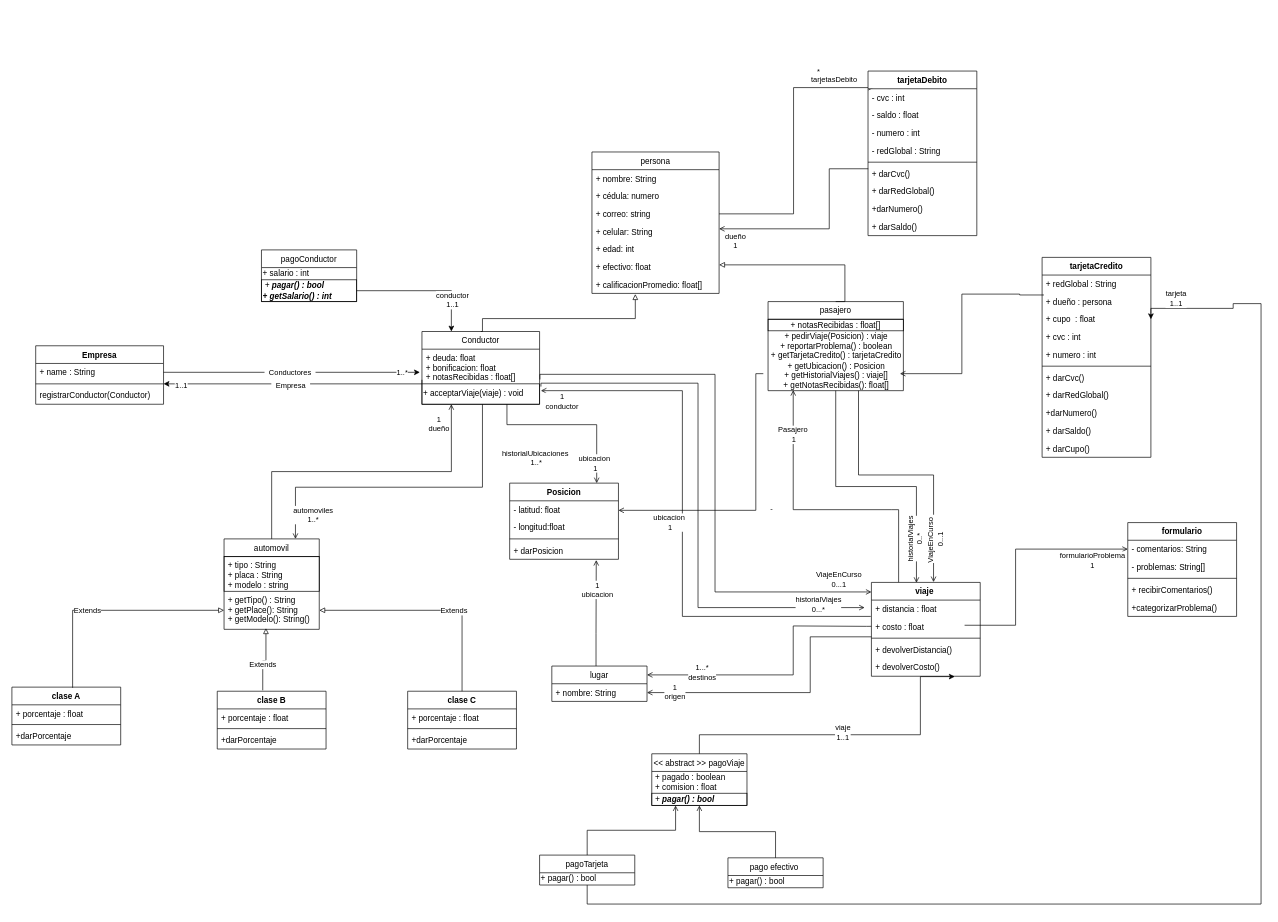
The draw.io diagram Untitled Diagram.drawio in DPOO2022-1-SEC04-G08/Taller2, before the edit. Source tidied: cells renumbered, new cells numbered last; positions are measured from the earlier drawing's top-left corner, leaving out a move shared by most shapes. Both pictures are drawn from the tidied source at 68%, with x=0, y=0 at pixel (12, 71).
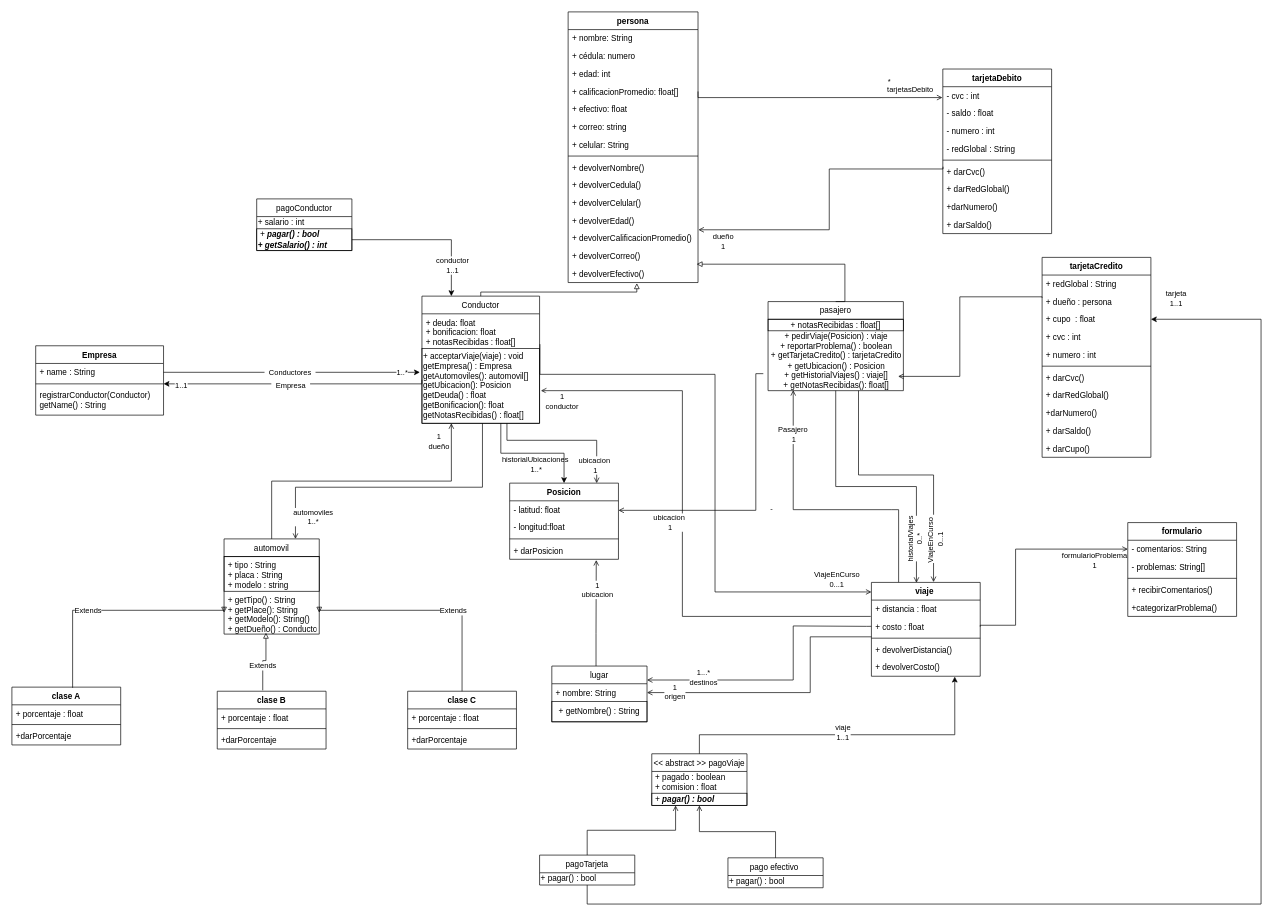
The same diagram, later.

The change refers to these unchanged cells:
```xml
<mxCell id="21" value="pasajero" style="swimlane;fontStyle=0;horizontal=1;startSize=26;fillColor=none;" parent="1" vertex="1">
  <mxGeometry x="1112" y="339" width="199" height="131" as="geometry" />
</mxCell>
<mxCell id="40" value="&lt;&lt; abstract &gt;&gt; pagoViaje" style="swimlane;fontStyle=0;horizontal=1;startSize=26;fillColor=none;" parent="1" vertex="1">
  <mxGeometry x="941" y="1004" width="140" height="76" as="geometry" />
</mxCell>
<mxCell id="67" value="pagoTarjeta" style="swimlane;fontStyle=0;horizontal=1;startSize=26;fillColor=none;" parent="1" vertex="1">
  <mxGeometry x="776" y="1153" width="140" height="44" as="geometry" />
</mxCell>
<mxCell id="95" value="Posicion" style="swimlane;fontStyle=1;align=center;verticalAlign=top;horizontal=1;startSize=26;" parent="1" vertex="1">
  <mxGeometry x="732" y="606" width="160" height="112" as="geometry" />
</mxCell>
<mxCell id="101" value="- cvc : int " style="text;strokeColor=none;fillColor=none;align=left;verticalAlign=top;spacingLeft=4;spacingRight=4;overflow=hidden;points=[[0,0.5],[1,0.5]];portConstraint=eastwest;" parent="100" vertex="1">
  <mxGeometry y="26" width="160" height="26" as="geometry" />
</mxCell>
<mxCell id="106" value="+ darCvc()" style="text;strokeColor=none;fillColor=none;align=left;verticalAlign=top;spacingLeft=4;spacingRight=4;overflow=hidden;points=[[0,0.5],[1,0.5]];portConstraint=eastwest;" parent="100" vertex="1">
  <mxGeometry y="138" width="160" height="26" as="geometry" />
</mxCell>
<mxCell id="113" value="+ cupo  : float " style="text;strokeColor=none;fillColor=none;align=left;verticalAlign=top;spacingLeft=4;spacingRight=4;overflow=hidden;points=[[0,0.5],[1,0.5]];portConstraint=eastwest;" parent="110" vertex="1">
  <mxGeometry y="78" width="160" height="26" as="geometry" />
</mxCell>
<mxCell id="142" value="+ costo : float&#10;" style="text;strokeColor=none;fillColor=none;align=left;verticalAlign=top;spacingLeft=4;spacingRight=4;overflow=hidden;points=[[0,0.5],[1,0.5]];portConstraint=eastwest;" parent="140" vertex="1">
  <mxGeometry y="52" width="160" height="26" as="geometry" />
</mxCell>
<mxCell id="145" value="+ devolverCosto()" style="text;strokeColor=none;fillColor=none;align=left;verticalAlign=top;spacingLeft=4;spacingRight=4;overflow=hidden;points=[[0,0.5],[1,0.5]];portConstraint=eastwest;" parent="140" vertex="1">
  <mxGeometry y="112" width="160" height="26" as="geometry" />
</mxCell>
```

What changed in the source:
```diff
@@
-    <mxCell id="6" value="persona" style="swimlane;fontStyle=0;horizontal=1;startSize=26;fillColor=none;" parent="1" vertex="1">
-      <mxGeometry x="853" y="119" width="187" height="208" as="geometry" />
-    </mxCell>
-    <mxCell id="7" value="+ nombre: String" style="text;strokeColor=none;fillColor=none;align=left;verticalAlign=top;spacingLeft=4;spacingRight=4;overflow=hidden;" parent="6" vertex="1">
-      <mxGeometry y="26" width="187" height="26" as="geometry" />
-    </mxCell>
-    <mxCell id="8" value="+ cédula: numero" style="text;strokeColor=none;fillColor=none;align=left;verticalAlign=top;spacingLeft=4;spacingRight=4;overflow=hidden;" parent="6" vertex="1">
-      <mxGeometry y="52" width="187" height="26" as="geometry" />
-    </mxCell>
-    <mxCell id="9" value="+ correo: string" style="text;strokeColor=none;fillColor=none;align=left;verticalAlign=top;spacingLeft=4;spacingRight=4;overflow=hidden;points=[[0,0.5],[1,0.5]];portConstraint=eastwest;" parent="6" vertex="1">
-      <mxGeometry y="78" width="187" height="26" as="geometry" />
-    </mxCell>
-    <mxCell id="10" value="+ celular: String&#10;" style="text;strokeColor=none;fillColor=none;align=left;verticalAlign=top;spacingLeft=4;spacingRight=4;overflow=hidden;" parent="6" vertex="1">
-      <mxGeometry y="104" width="187" height="26" as="geometry" />
-    </mxCell>
-    <mxCell id="11" value="+ edad: int" style="text;strokeColor=none;fillColor=none;align=left;verticalAlign=top;spacingLeft=4;spacingRight=4;overflow=hidden;" parent="6" vertex="1">
-      <mxGeometry y="130" width="187" height="26" as="geometry" />
-    </mxCell>
-    <mxCell id="12" value="+ efectivo: float" style="text;strokeColor=none;fillColor=none;align=left;verticalAlign=top;spacingLeft=4;spacingRight=4;overflow=hidden;points=[[0,0.5],[1,0.5]];portConstraint=eastwest;" parent="6" vertex="1">
-      <mxGeometry y="156" width="187" height="26" as="geometry" />
-    </mxCell>
-    <mxCell id="13" value="+ calificacionPromedio: float[]" style="text;strokeColor=none;fillColor=none;align=left;verticalAlign=top;spacingLeft=4;spacingRight=4;overflow=hidden;points=[[0,0.5],[1,0.5]];portConstraint=eastwest;" parent="6" vertex="1">
-      <mxGeometry y="182" width="187" height="26" as="geometry" />
-    </mxCell>
-    <mxCell id="14" style="edgeStyle=orthogonalEdgeStyle;rounded=0;jettySize=auto;html=1;exitX=0.5;exitY=0;exitDx=0;exitDy=0;endArrow=block;endFill=0;strokeWidth=1;" parent="1" edge="1" source="21" target="12">
+    <mxCell id="14" style="edgeStyle=orthogonalEdgeStyle;rounded=0;jettySize=auto;html=1;exitX=0.5;exitY=0;exitDx=0;exitDy=0;endArrow=block;endFill=0;strokeWidth=1;" parent="1" edge="1" source="21">
       <mxGeometry relative="1" as="geometry">
+        <mxPoint x="1007" y="284" as="targetPoint" />
         <Array as="points">
           <mxPoint x="1225" y="339" />
-          <mxPoint x="1225" y="285" />
+          <mxPoint x="1225" y="284" />
         </Array>
       </mxGeometry>
     </mxCell>
@@
     <mxCell id="24" style="edgeStyle=orthogonalEdgeStyle;rounded=0;orthogonalLoop=1;jettySize=auto;html=1;endArrow=open;endFill=0;" parent="1" edge="1">
       <mxGeometry relative="1" as="geometry">
-        <mxPoint x="1517.7" y="329.3" as="sourcePoint" />
-        <mxPoint x="1306" y="445" as="targetPoint" />
+        <mxPoint x="1515" y="333.3" as="sourcePoint" />
+        <mxPoint x="1303.3" y="449" as="targetPoint" />
         <Array as="points">
-          <mxPoint x="1482" y="329" />
-          <mxPoint x="1482" y="328" />
-          <mxPoint x="1397" y="328" />
-          <mxPoint x="1397" y="445" />
+          <mxPoint x="1515" y="332" />
+          <mxPoint x="1394" y="332" />
+          <mxPoint x="1394" y="449" />
         </Array>
       </mxGeometry>
     </mxCell>
-    <mxCell id="25" style="edgeStyle=orthogonalEdgeStyle;rounded=0;jettySize=auto;html=1;exitX=0.5;exitY=0;exitDx=0;exitDy=0;entryX=0.341;entryY=1.038;entryDx=0;entryDy=0;entryPerimeter=0;endArrow=block;endFill=0;strokeWidth=1;" parent="1" edge="1" source="32" target="13">
+    <mxCell id="25" style="edgeStyle=orthogonalEdgeStyle;rounded=0;jettySize=auto;html=1;exitX=0.5;exitY=0;exitDx=0;exitDy=0;entryX=0.529;entryY=1.038;entryDx=0;entryDy=0;entryPerimeter=0;endArrow=block;endFill=0;strokeWidth=1;" parent="1" edge="1" source="32" target="158">
       <mxGeometry relative="1" as="geometry">
         <Array as="points">
-          <mxPoint x="692" y="364" />
-          <mxPoint x="917" y="364" />
+          <mxPoint x="690" y="325" />
+          <mxPoint x="919" y="325" />
         </Array>
       </mxGeometry>
     </mxCell>
@@
     <mxCell id="30" style="edgeStyle=orthogonalEdgeStyle;rounded=0;jettySize=auto;html=1;endArrow=open;endFill=0;" parent="1" edge="1" source="32" target="95">
       <mxGeometry relative="1" as="geometry">
         <Array as="points">
-          <mxPoint x="728" y="520" />
-          <mxPoint x="860" y="520" />
+          <mxPoint x="728" y="543" />
+          <mxPoint x="860" y="543" />
         </Array>
       </mxGeometry>
     </mxCell>
@@
     <mxCell id="32" value="Conductor" style="swimlane;fontStyle=0;horizontal=1;startSize=26;fillColor=none;" parent="1" vertex="1">
-      <mxGeometry x="603" y="383" width="173" height="107" as="geometry" />
+      <mxGeometry x="603" y="331" width="173" height="187" as="geometry" />
     </mxCell>
@@
-    <mxCell id="34" value="+ acceptarViaje(viaje) : void&lt;br&gt;" style="text;html=1;strokeColor=default;fillColor=none;align=left;verticalAlign=middle;whiteSpace=wrap;rounded=0;" parent="32" vertex="1">
-      <mxGeometry y="77" width="173" height="30" as="geometry" />
+    <mxCell id="34" value="+ acceptarViaje(viaje) : void&lt;br&gt;getEmpresa() : Empresa&lt;br&gt;getAutomoviles(): automovil[]&lt;br&gt;getUbicacion(): Posicion&lt;br&gt;getDeuda() : float&lt;br&gt;getBonificacion(): float&lt;br&gt;getNotasRecibidas() : float[]" style="text;html=1;strokeColor=default;fillColor=none;align=left;verticalAlign=middle;whiteSpace=wrap;rounded=0;" parent="32" vertex="1">
+      <mxGeometry y="77" width="173" height="110" as="geometry" />
     </mxCell>
@@
     <mxCell id="37" value="lugar" style="swimlane;fontStyle=0;horizontal=1;startSize=26;fillColor=none;" parent="1" vertex="1">
-      <mxGeometry x="794" y="875" width="140" height="52" as="geometry" />
+      <mxGeometry x="794" y="875" width="140" height="82" as="geometry" />
     </mxCell>
@@
+    <mxCell id="150" value="+ getNombre() : String" style="text;html=1;strokeColor=default;fillColor=none;align=center;verticalAlign=middle;whiteSpace=wrap;rounded=0;" parent="37" vertex="1">
+      <mxGeometry y="52" width="140" height="30" as="geometry" />
+    </mxCell>
     <mxCell id="39" style="edgeStyle=orthogonalEdgeStyle;rounded=0;jettySize=auto;html=1;exitX=0.5;exitY=0;exitDx=0;exitDy=0;entryX=0.766;entryY=1.02;entryDx=0;entryDy=0;entryPerimeter=0;" parent="1" edge="1" source="40" target="145">
       <mxGeometry relative="1" as="geometry">
         <Array as="points">
           <mxPoint x="1011" y="976" />
-          <mxPoint x="1336" y="976" />
+          <mxPoint x="1387" y="976" />
         </Array>
       </mxGeometry>
     </mxCell>
@@
     <mxCell id="45" value="automovil" style="swimlane;fontStyle=0;horizontal=1;startSize=26;fillColor=none;" parent="1" vertex="1">
-      <mxGeometry x="312" y="688" width="140" height="133" as="geometry" />
+      <mxGeometry x="312" y="688" width="140" height="140" as="geometry" />
     </mxCell>
@@
-    <mxCell id="47" value="+ getTipo() : String&#10;+ getPlace(): String&#10;+ getModelo(): String()" style="text;strokeColor=none;fillColor=none;align=left;verticalAlign=top;spacingLeft=4;spacingRight=4;overflow=hidden;points=[[0,0.5],[1,0.5]];portConstraint=eastwest;" parent="45" vertex="1">
-      <mxGeometry y="77" width="140" height="56" as="geometry" />
+    <mxCell id="47" value="+ getTipo() : String&#10;+ getPlace(): String&#10;+ getModelo(): String()&#10;+ getDueño() : Conductor" style="text;strokeColor=none;fillColor=none;align=left;verticalAlign=top;spacingLeft=4;spacingRight=4;overflow=hidden;points=[[0,0.5],[1,0.5]];portConstraint=eastwest;" parent="45" vertex="1">
+      <mxGeometry y="77" width="140" height="63" as="geometry" />
     </mxCell>
@@
-    <mxCell id="55" style="edgeStyle=orthogonalEdgeStyle;rounded=0;jettySize=auto;html=1;exitX=1;exitY=0.5;exitDx=0;exitDy=0;entryX=0.054;entryY=-0.064;entryDx=0;entryDy=0;endArrow=open;endFill=0;entryPerimeter=0;" parent="1" edge="1" source="9" target="101">
-      <mxGeometry relative="1" as="geometry" />
+    <mxCell id="55" style="edgeStyle=orthogonalEdgeStyle;rounded=0;jettySize=auto;html=1;exitX=1;exitY=0.5;exitDx=0;exitDy=0;endArrow=open;endFill=0;entryX=-0.004;entryY=0.615;entryDx=0;entryDy=0;entryPerimeter=0;" parent="1" edge="1" source="13" target="101">
+      <mxGeometry relative="1" as="geometry">
+        <Array as="points">
+          <mxPoint x="1009" y="39" />
+        </Array>
+      </mxGeometry>
     </mxCell>
@@
-    <mxCell id="58" style="edgeStyle=orthogonalEdgeStyle;rounded=0;jettySize=auto;html=1;exitX=0.002;exitY=0.218;exitDx=0;exitDy=0;endArrow=open;endFill=0;exitPerimeter=0;" parent="1" edge="1" source="106">
+    <mxCell id="58" style="edgeStyle=orthogonalEdgeStyle;rounded=0;jettySize=auto;html=1;exitX=0.002;exitY=0.218;exitDx=0;exitDy=0;endArrow=open;endFill=0;exitPerimeter=0;entryX=1.003;entryY=0.016;entryDx=0;entryDy=0;entryPerimeter=0;" parent="1" edge="1" source="106" target="156">
       <mxGeometry relative="1" as="geometry">
-        <mxPoint x="1040" y="232" as="targetPoint" />
         <Array as="points">
           <mxPoint x="1202" y="144" />
-          <mxPoint x="1202" y="232" />
+          <mxPoint x="1202" y="233" />
         </Array>
       </mxGeometry>
     </mxCell>
@@
-    <mxCell id="62" style="edgeStyle=orthogonalEdgeStyle;rounded=0;jettySize=auto;html=1;endArrow=open;endFill=0;entryX=1;entryY=0.75;entryDx=0;entryDy=0;" parent="1" edge="1" target="37">
+    <mxCell id="62" style="edgeStyle=orthogonalEdgeStyle;rounded=0;orthogonalLoop=1;jettySize=auto;html=1;endArrow=open;endFill=0;" parent="1" edge="1">
       <mxGeometry relative="1" as="geometry">
         <mxPoint x="1264" y="832" as="sourcePoint" />
+        <mxPoint x="934" y="914" as="targetPoint" />
         <Array as="points">
           <mxPoint x="1174" y="832" />
           <mxPoint x="1174" y="914" />
         </Array>
       </mxGeometry>
     </mxCell>
@@
     <mxCell id="66" style="edgeStyle=orthogonalEdgeStyle;rounded=0;jettySize=auto;html=1;exitX=0.5;exitY=1;exitDx=0;exitDy=0;entryX=1;entryY=0.5;entryDx=0;entryDy=0;" parent="1" edge="1" source="67" target="113">
       <mxGeometry relative="1" as="geometry">
         <Array as="points">
           <mxPoint x="846" y="1225" />
           <mxPoint x="1837" y="1225" />
-          <mxPoint x="1837" y="342" />
-          <mxPoint x="1796" y="342" />
-          <mxPoint x="1796" y="349" />
-          <mxPoint x="1675" y="349" />
+          <mxPoint x="1837" y="365" />
         </Array>
       </mxGeometry>
     </mxCell>
@@
-    <mxCell id="72" style="edgeStyle=orthogonalEdgeStyle;rounded=0;orthogonalLoop=1;jettySize=auto;html=1;exitX=1.004;exitY=0.177;exitDx=0;exitDy=0;endArrow=open;endFill=0;entryX=0;entryY=0.5;entryDx=0;entryDy=0;exitPerimeter=0;" parent="1" edge="1">
+    <mxCell id="72" style="edgeStyle=orthogonalEdgeStyle;rounded=0;jettySize=auto;html=1;exitX=1;exitY=0.5;exitDx=0;exitDy=0;endArrow=open;endFill=0;entryX=0;entryY=0.5;entryDx=0;entryDy=0;" parent="1" edge="1" source="142">
       <mxGeometry relative="1" as="geometry">
-        <mxPoint x="1401" y="815" as="sourcePoint" />
         <mxPoint x="1641" y="703" as="targetPoint" />
         <Array as="points">
+          <mxPoint x="1424" y="815" />
           <mxPoint x="1476" y="815" />
           <mxPoint x="1476" y="703" />
         </Array>
       </mxGeometry>
     </mxCell>
@@
-    <mxCell id="74" style="edgeStyle=orthogonalEdgeStyle;rounded=0;orthogonalLoop=1;jettySize=auto;html=1;entryX=0.002;entryY=0.504;entryDx=0;entryDy=0;endArrow=open;endFill=0;entryPerimeter=0;" parent="1" edge="1">
+    <mxCell id="74" style="edgeStyle=orthogonalEdgeStyle;rounded=0;orthogonalLoop=1;jettySize=auto;html=1;entryX=0;entryY=0.5;entryDx=0;entryDy=0;endArrow=open;endFill=0;" parent="1" edge="1">
       <mxGeometry relative="1" as="geometry">
         <mxPoint x="778" y="464" as="sourcePoint" />
-        <mxPoint x="1254" y="789" as="targetPoint" />
         <Array as="points">
           <mxPoint x="778" y="459" />
           <mxPoint x="1009" y="459" />
           <mxPoint x="1009" y="789" />
         </Array>
       </mxGeometry>
     </mxCell>
@@
     <mxCell id="79" value="Empresa" style="swimlane;fontStyle=1;align=center;verticalAlign=top;horizontal=1;startSize=26;" parent="1" vertex="1">
-      <mxGeometry x="35" y="404" width="188" height="86" as="geometry" />
+      <mxGeometry x="35" y="404" width="188" height="102" as="geometry" />
     </mxCell>
@@
-    <mxCell id="82" value="registrarConductor(Conductor)" style="text;strokeColor=none;fillColor=none;align=left;verticalAlign=top;spacingLeft=4;spacingRight=4;overflow=hidden;" parent="79" vertex="1">
-      <mxGeometry y="60" width="188" height="26" as="geometry" />
+    <mxCell id="82" value="registrarConductor(Conductor)&#10;getName() : String" style="text;strokeColor=none;fillColor=none;align=left;verticalAlign=top;spacingLeft=4;spacingRight=4;overflow=hidden;" parent="79" vertex="1">
+      <mxGeometry y="60" width="188" height="42" as="geometry" />
     </mxCell>
@@
     <mxCell id="88" value="pagoConductor" style="swimlane;fontStyle=0;horizontal=1;startSize=26;fillColor=none;" parent="1" vertex="1">
-      <mxGeometry x="367" y="263" width="140" height="76" as="geometry" />
+      <mxGeometry x="360" y="188" width="140" height="76" as="geometry" />
     </mxCell>
@@
     <mxCell id="92" value="conductor&lt;br&gt;1..1" style="edgeLabel;html=1;align=center;verticalAlign=middle;" parent="1" vertex="1">
-      <mxGeometry x="860" y="517" as="geometry">
+      <mxGeometry x="860" y="466" as="geometry">
         <mxPoint x="-213" y="-181" as="offset" />
       </mxGeometry>
     </mxCell>
@@
     <mxCell id="94" value="historialUbicaciones&amp;nbsp;&lt;br&gt;1..*" style="edgeLabel;html=1;align=center;verticalAlign=middle;" parent="1" vertex="1">
-      <mxGeometry x="770" y="568" as="geometry" />
+      <mxGeometry x="770" y="568" as="geometry">
+        <mxPoint y="10" as="offset" />
+      </mxGeometry>
     </mxCell>
@@
     <mxCell id="100" value="tarjetaDebito" style="swimlane;fontStyle=1;align=center;verticalAlign=top;horizontal=1;startSize=26;" parent="1" vertex="1">
-      <mxGeometry x="1259" width="160" height="242" as="geometry" />
+      <mxGeometry x="1369" y="-3" width="160" height="242" as="geometry" />
     </mxCell>
@@
+    <mxCell id="6" value="persona" style="swimlane;fontStyle=1;align=center;verticalAlign=top;horizontal=1;startSize=26;" parent="1" vertex="1">
+      <mxGeometry x="818" y="-87" width="191" height="398" as="geometry" />
+    </mxCell>
+    <mxCell id="7" value="+ nombre: String" style="text;strokeColor=none;fillColor=none;align=left;verticalAlign=top;spacingLeft=4;spacingRight=4;overflow=hidden;" parent="6" vertex="1">
+      <mxGeometry y="26" width="191" height="26" as="geometry" />
+    </mxCell>
+    <mxCell id="8" value="+ cédula: numero" style="text;strokeColor=none;fillColor=none;align=left;verticalAlign=top;spacingLeft=4;spacingRight=4;overflow=hidden;" parent="6" vertex="1">
+      <mxGeometry y="52" width="191" height="26" as="geometry" />
+    </mxCell>
+    <mxCell id="11" value="+ edad: int" style="text;strokeColor=none;fillColor=none;align=left;verticalAlign=top;spacingLeft=4;spacingRight=4;overflow=hidden;" parent="6" vertex="1">
+      <mxGeometry y="78" width="191" height="26" as="geometry" />
+    </mxCell>
+    <mxCell id="13" value="+ calificacionPromedio: float[]" style="text;strokeColor=none;fillColor=none;align=left;verticalAlign=top;spacingLeft=4;spacingRight=4;overflow=hidden;points=[[0,0.5],[1,0.5]];portConstraint=eastwest;" parent="6" vertex="1">
+      <mxGeometry y="104" width="191" height="26" as="geometry" />
+    </mxCell>
+    <mxCell id="12" value="+ efectivo: float" style="text;strokeColor=none;fillColor=none;align=left;verticalAlign=top;spacingLeft=4;spacingRight=4;overflow=hidden;points=[[0,0.5],[1,0.5]];portConstraint=eastwest;" parent="6" vertex="1">
+      <mxGeometry y="130" width="191" height="26" as="geometry" />
+    </mxCell>
+    <mxCell id="9" value="+ correo: string" style="text;strokeColor=none;fillColor=none;align=left;verticalAlign=top;spacingLeft=4;spacingRight=4;overflow=hidden;points=[[0,0.5],[1,0.5]];portConstraint=eastwest;" parent="6" vertex="1">
+      <mxGeometry y="156" width="191" height="26" as="geometry" />
+    </mxCell>
+    <mxCell id="10" value="+ celular: String&#10;" style="text;strokeColor=none;fillColor=none;align=left;verticalAlign=top;spacingLeft=4;spacingRight=4;overflow=hidden;" parent="6" vertex="1">
+      <mxGeometry y="182" width="191" height="26" as="geometry" />
+    </mxCell>
+    <mxCell id="151" style="line;strokeWidth=1;fillColor=none;align=left;verticalAlign=middle;spacingTop=-1;spacingLeft=3;spacingRight=3;labelPosition=right;" parent="6" vertex="1">
+      <mxGeometry y="208" width="191" height="8" as="geometry" />
+    </mxCell>
+    <mxCell id="152" value="+ devolverNombre()" style="text;strokeColor=none;fillColor=none;align=left;verticalAlign=top;spacingLeft=4;spacingRight=4;overflow=hidden;" parent="6" vertex="1">
+      <mxGeometry y="216" width="191" height="26" as="geometry" />
+    </mxCell>
+    <mxCell id="153" value="+ devolverCedula()" style="text;strokeColor=none;fillColor=none;align=left;verticalAlign=top;spacingLeft=4;spacingRight=4;overflow=hidden;" parent="6" vertex="1">
+      <mxGeometry y="242" width="191" height="26" as="geometry" />
+    </mxCell>
+    <mxCell id="154" value="+ devolverCelular()" style="text;strokeColor=none;fillColor=none;align=left;verticalAlign=top;spacingLeft=4;spacingRight=4;overflow=hidden;" parent="6" vertex="1">
+      <mxGeometry y="268" width="191" height="26" as="geometry" />
+    </mxCell>
+    <mxCell id="155" value="+ devolverEdad()" style="text;strokeColor=none;fillColor=none;align=left;verticalAlign=top;spacingLeft=4;spacingRight=4;overflow=hidden;" parent="6" vertex="1">
+      <mxGeometry y="294" width="191" height="26" as="geometry" />
+    </mxCell>
+    <mxCell id="156" value="+ devolverCalificacionPromedio()" style="text;strokeColor=none;fillColor=none;align=left;verticalAlign=top;spacingLeft=4;spacingRight=4;overflow=hidden;points=[[0,0.5],[1,0.5]];portConstraint=eastwest;" parent="6" vertex="1">
+      <mxGeometry y="320" width="191" height="26" as="geometry" />
+    </mxCell>
+    <mxCell id="157" value="+ devolverCorreo()" style="text;strokeColor=none;fillColor=none;align=left;verticalAlign=top;spacingLeft=4;spacingRight=4;overflow=hidden;" parent="6" vertex="1">
+      <mxGeometry y="346" width="191" height="26" as="geometry" />
+    </mxCell>
+    <mxCell id="158" value="+ devolverEfectivo()" style="text;strokeColor=none;fillColor=none;align=left;verticalAlign=top;spacingLeft=4;spacingRight=4;overflow=hidden;points=[[0,0.5],[1,0.5]];portConstraint=eastwest;" parent="6" vertex="1">
+      <mxGeometry y="372" width="191" height="26" as="geometry" />
+    </mxCell>
+    <mxCell id="159" style="edgeStyle=orthogonalEdgeStyle;rounded=0;jettySize=auto;html=1;entryX=0.5;entryY=0;entryDx=0;entryDy=0;" parent="1" edge="1" source="34" target="95">
+      <mxGeometry relative="1" as="geometry">
+        <Array as="points">
+          <mxPoint x="719" y="562" />
+          <mxPoint x="812" y="562" />
+        </Array>
+      </mxGeometry>
+    </mxCell>
```
